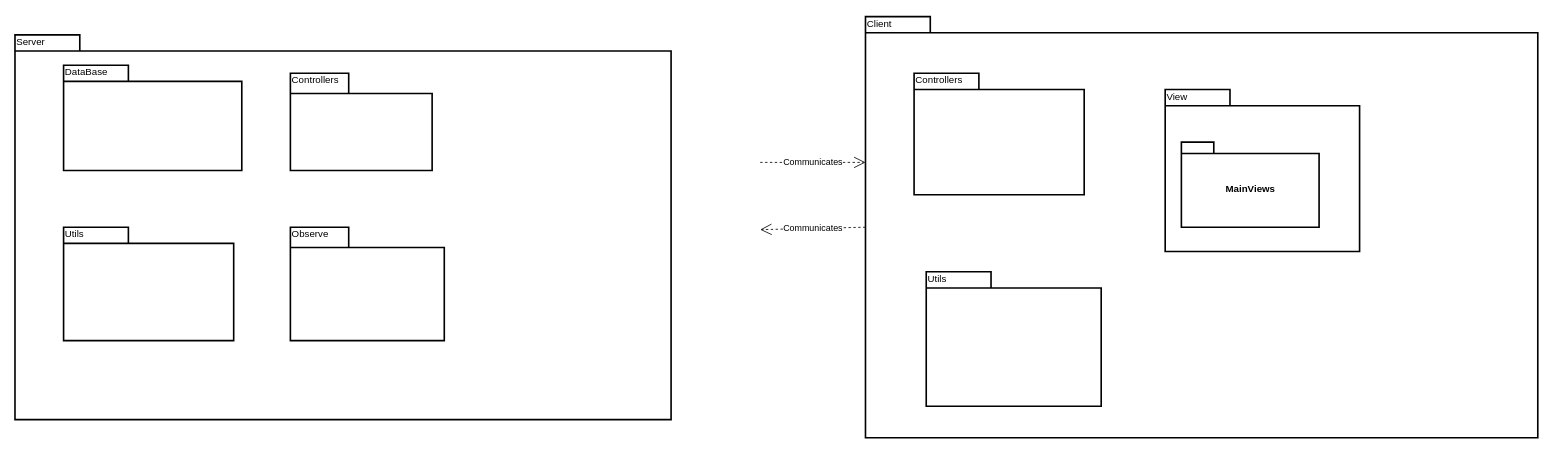
This is PackageDiagram.drawio from ryan-holt/ENSF480FinalProject, a draw.io file, before an edit. Source tidied: cells renumbered, new cells numbered last; positions are measured from the earlier drawing's top-left corner, leaving out a move shared by most shapes. Both pictures are drawn from the tidied source at 81%, with x=0, y=0 at pixel (15, 16).
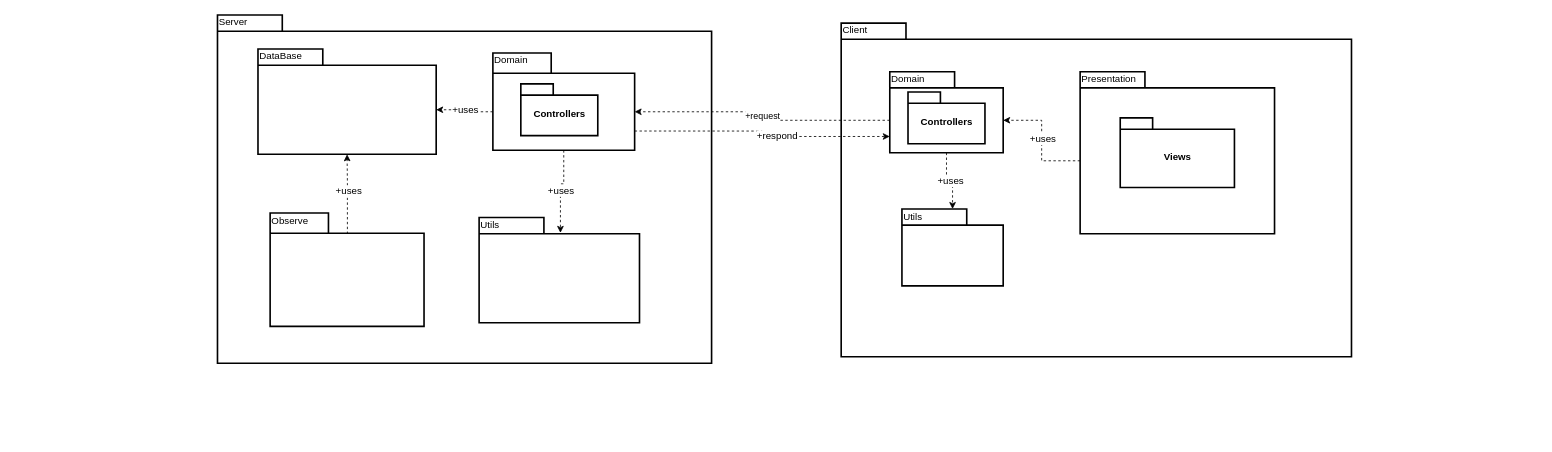
The same page after the edit.

Change to the diagram source:
```diff
@@
     <mxCell id="2" value="Server" style="shape=folder;tabWidth=80;tabHeight=20;tabPosition=left;strokeWidth=2;html=1;whiteSpace=wrap;align=left;verticalAlign=top;spacingTop=-5;" parent="1" vertex="1">
-      <mxGeometry y="22.5" width="810" height="475" as="geometry" />
+      <mxGeometry x="250" y="-2" width="610" height="430" as="geometry" />
     </mxCell>
     <mxCell id="3" value="Client" style="shape=folder;tabWidth=80;tabHeight=20;tabPosition=left;strokeWidth=2;html=1;whiteSpace=wrap;align=left;verticalAlign=top;spacingTop=-5;" parent="1" vertex="1">
-      <mxGeometry x="1050" width="830" height="520" as="geometry" />
+      <mxGeometry x="1020" y="8" width="630" height="412" as="geometry" />
     </mxCell>
+    <mxCell id="14" style="edgeStyle=orthogonalEdgeStyle;rounded=0;jettySize=auto;html=1;exitX=0.5;exitY=1;exitDx=0;exitDy=0;exitPerimeter=0;dashed=1;" parent="1" edge="1" source="4" target="11">
+      <mxGeometry relative="1" as="geometry" />
+    </mxCell>
+    <mxCell id="15" value="+uses" style="text;html=1;align=center;verticalAlign=middle;labelBackgroundColor=#ffffff;" parent="14" vertex="1">
+      <mxGeometry x="0.01" relative="1" as="geometry" />
+    </mxCell>
+    <mxCell id="16" value="+request" style="edgeStyle=orthogonalEdgeStyle;rounded=0;jettySize=auto;html=1;exitX=0;exitY=0;exitDx=0;exitDy=60;exitPerimeter=0;entryX=0;entryY=0;entryDx=175;entryDy=72.5;entryPerimeter=0;dashed=1;" parent="1" edge="1" source="4" target="5">
+      <mxGeometry relative="1" as="geometry" />
+    </mxCell>
-    <mxCell id="4" value="Controllers" style="shape=folder;tabWidth=80;tabHeight=20;tabPosition=left;strokeWidth=2;html=1;whiteSpace=wrap;align=left;verticalAlign=top;spacingTop=-5;" parent="1" vertex="1">
-      <mxGeometry x="1110" y="70" width="210" height="150" as="geometry" />
+    <mxCell id="4" value="Domain" style="shape=folder;tabWidth=80;tabHeight=20;tabPosition=left;strokeWidth=2;html=1;whiteSpace=wrap;align=left;verticalAlign=top;spacingTop=-5;" parent="1" vertex="1">
+      <mxGeometry x="1080" y="68" width="140" height="100" as="geometry" />
     </mxCell>
+    <mxCell id="17" style="edgeStyle=orthogonalEdgeStyle;rounded=0;jettySize=auto;html=1;exitX=0;exitY=0;exitDx=0;exitDy=72.5;exitPerimeter=0;entryX=0;entryY=0;entryDx=220;entryDy=75;entryPerimeter=0;dashed=1;" parent="1" edge="1" source="5" target="7">
+      <mxGeometry relative="1" as="geometry" />
+    </mxCell>
+    <mxCell id="18" value="+uses" style="text;html=1;align=center;verticalAlign=middle;labelBackgroundColor=#ffffff;" parent="17" vertex="1">
+      <mxGeometry x="0.04" y="-1" relative="1" as="geometry">
+        <mxPoint x="1" y="1" as="offset" />
+      </mxGeometry>
+    </mxCell>
+    <mxCell id="19" style="edgeStyle=orthogonalEdgeStyle;rounded=0;jettySize=auto;html=1;exitX=0.5;exitY=1;exitDx=0;exitDy=0;exitPerimeter=0;entryX=0.507;entryY=0.146;entryDx=0;entryDy=0;entryPerimeter=0;dashed=1;" parent="1" edge="1" source="5" target="6">
+      <mxGeometry relative="1" as="geometry" />
+    </mxCell>
+    <mxCell id="20" value="+uses" style="text;html=1;align=center;verticalAlign=middle;labelBackgroundColor=#ffffff;" parent="19" vertex="1">
+      <mxGeometry x="0.01" relative="1" as="geometry" />
+    </mxCell>
+    <mxCell id="21" style="edgeStyle=orthogonalEdgeStyle;rounded=0;jettySize=auto;html=1;exitX=0;exitY=0;exitDx=175;exitDy=96.25000000000001;exitPerimeter=0;entryX=0;entryY=0;entryDx=0;entryDy=80;entryPerimeter=0;dashed=1;" parent="1" edge="1" source="5" target="4">
+      <mxGeometry relative="1" as="geometry" />
+    </mxCell>
+    <mxCell id="22" value="+respond" style="text;html=1;align=center;verticalAlign=middle;labelBackgroundColor=#ffffff;" parent="21" vertex="1">
+      <mxGeometry x="0.13" y="1" relative="1" as="geometry" />
+    </mxCell>
-    <mxCell id="5" value="Controllers" style="shape=folder;tabWidth=72;tabHeight=25;tabPosition=left;strokeWidth=2;html=1;whiteSpace=wrap;align=left;verticalAlign=top;spacingTop=-5;" parent="1" vertex="1">
-      <mxGeometry x="340" y="70" width="175" height="120" as="geometry" />
+    <mxCell id="5" value="Domain" style="shape=folder;tabWidth=72;tabHeight=25;tabPosition=left;strokeWidth=2;html=1;whiteSpace=wrap;align=left;verticalAlign=top;spacingTop=-5;" parent="1" vertex="1">
+      <mxGeometry x="590" y="45" width="175" height="120" as="geometry" />
     </mxCell>
     <mxCell id="6" value="Utils" style="shape=folder;tabWidth=80;tabHeight=20;tabPosition=left;strokeWidth=2;html=1;whiteSpace=wrap;align=left;verticalAlign=top;spacingTop=-5;" parent="1" vertex="1">
-      <mxGeometry x="60" y="260" width="210" height="140" as="geometry" />
+      <mxGeometry x="573" y="248" width="198" height="130" as="geometry" />
     </mxCell>
     <mxCell id="7" value="DataBase" style="shape=folder;tabWidth=80;tabHeight=20;tabPosition=left;strokeWidth=2;html=1;whiteSpace=wrap;align=left;verticalAlign=top;spacingTop=-5;" parent="1" vertex="1">
-      <mxGeometry x="60" y="60" width="220" height="130" as="geometry" />
+      <mxGeometry x="300" y="40" width="220" height="130" as="geometry" />
     </mxCell>
-    <mxCell id="8" value="Communicates" style="endArrow=open;endSize=12;dashed=1;html=1;entryX=0;entryY=0;entryDx=0;entryDy=180;entryPerimeter=0;" parent="1" edge="1" target="3">
-      <mxGeometry relative="1" as="geometry">
-        <mxPoint x="920" y="180" as="sourcePoint" />
-      </mxGeometry>
-    </mxCell>
-    <mxCell id="9" value="Communicates" style="endArrow=open;endSize=12;dashed=1;html=1;exitX=0;exitY=0;exitDx=0;exitDy=260;exitPerimeter=0;" parent="1" edge="1" source="3">
-      <mxGeometry relative="1" as="geometry">
-        <mxPoint x="920" y="263" as="targetPoint" />
-      </mxGeometry>
-    </mxCell>
+    <mxCell id="23" style="edgeStyle=orthogonalEdgeStyle;rounded=0;jettySize=auto;html=1;exitX=0;exitY=0;exitDx=0;exitDy=110;exitPerimeter=0;entryX=0;entryY=0;entryDx=140;entryDy=60;entryPerimeter=0;dashed=1;" parent="1" edge="1" source="10" target="4">
+      <mxGeometry relative="1" as="geometry" />
+    </mxCell>
+    <mxCell id="24" value="+uses" style="text;html=1;align=center;verticalAlign=middle;labelBackgroundColor=#ffffff;" parent="23" vertex="1">
+      <mxGeometry x="0.03" y="-1" relative="1" as="geometry" />
+    </mxCell>
-    <mxCell id="10" value="View" style="shape=folder;tabWidth=80;tabHeight=20;tabPosition=left;strokeWidth=2;html=1;whiteSpace=wrap;align=left;verticalAlign=top;spacingTop=-5;" parent="1" vertex="1">
-      <mxGeometry x="1420" y="90" width="240" height="200" as="geometry" />
+    <mxCell id="10" value="Presentation" style="shape=folder;tabWidth=80;tabHeight=20;tabPosition=left;strokeWidth=2;html=1;whiteSpace=wrap;align=left;verticalAlign=top;spacingTop=-5;" parent="1" vertex="1">
+      <mxGeometry x="1315" y="68" width="240" height="200" as="geometry" />
     </mxCell>
     <mxCell id="11" value="Utils" style="shape=folder;tabWidth=80;tabHeight=20;tabPosition=left;strokeWidth=2;html=1;whiteSpace=wrap;align=left;verticalAlign=top;spacingTop=-5;" parent="1" vertex="1">
-      <mxGeometry x="1125" y="315" width="216" height="166" as="geometry" />
+      <mxGeometry x="1095" y="237.5" width="125" height="95" as="geometry" />
     </mxCell>
+    <mxCell id="25" style="edgeStyle=orthogonalEdgeStyle;rounded=0;jettySize=auto;html=1;exitX=0.502;exitY=0.185;exitDx=0;exitDy=0;exitPerimeter=0;dashed=1;" parent="1" edge="1" source="12" target="7">
+      <mxGeometry relative="1" as="geometry" />
+    </mxCell>
+    <mxCell id="26" value="+uses" style="text;html=1;align=center;verticalAlign=middle;labelBackgroundColor=#ffffff;" parent="25" vertex="1">
+      <mxGeometry x="0.07" y="-1" relative="1" as="geometry" />
+    </mxCell>
     <mxCell id="12" value="Observe" style="shape=folder;tabWidth=72;tabHeight=25;tabPosition=left;strokeWidth=2;html=1;whiteSpace=wrap;align=left;verticalAlign=top;spacingTop=-5;" parent="1" vertex="1">
-      <mxGeometry x="340" y="260" width="190" height="140" as="geometry" />
+      <mxGeometry x="315" y="242.5" width="190" height="140" as="geometry" />
     </mxCell>
-    <mxCell id="13" value="MainViews" style="shape=folder;fontStyle=1;spacingTop=10;tabWidth=40;tabHeight=14;tabPosition=left;html=1;strokeWidth=2;" parent="1" vertex="1">
-      <mxGeometry x="1440" y="155" width="170" height="105" as="geometry" />
+    <mxCell id="13" value="Views" style="shape=folder;fontStyle=1;spacingTop=10;tabWidth=40;tabHeight=14;tabPosition=left;html=1;strokeWidth=2;" parent="1" vertex="1">
+      <mxGeometry x="1364.5" y="125" width="141" height="86" as="geometry" />
     </mxCell>
+    <mxCell id="27" value="Controllers" style="shape=folder;fontStyle=1;spacingTop=10;tabWidth=40;tabHeight=14;tabPosition=left;html=1;strokeWidth=2;" parent="1" vertex="1">
+      <mxGeometry x="1102.5" y="93" width="95" height="64" as="geometry" />
+    </mxCell>
+    <mxCell id="28" value="Controllers" style="shape=folder;fontStyle=1;spacingTop=10;tabWidth=40;tabHeight=14;tabPosition=left;html=1;strokeWidth=2;" parent="1" vertex="1">
+      <mxGeometry x="624.5" y="83" width="95" height="64" as="geometry" />
+    </mxCell>
```
